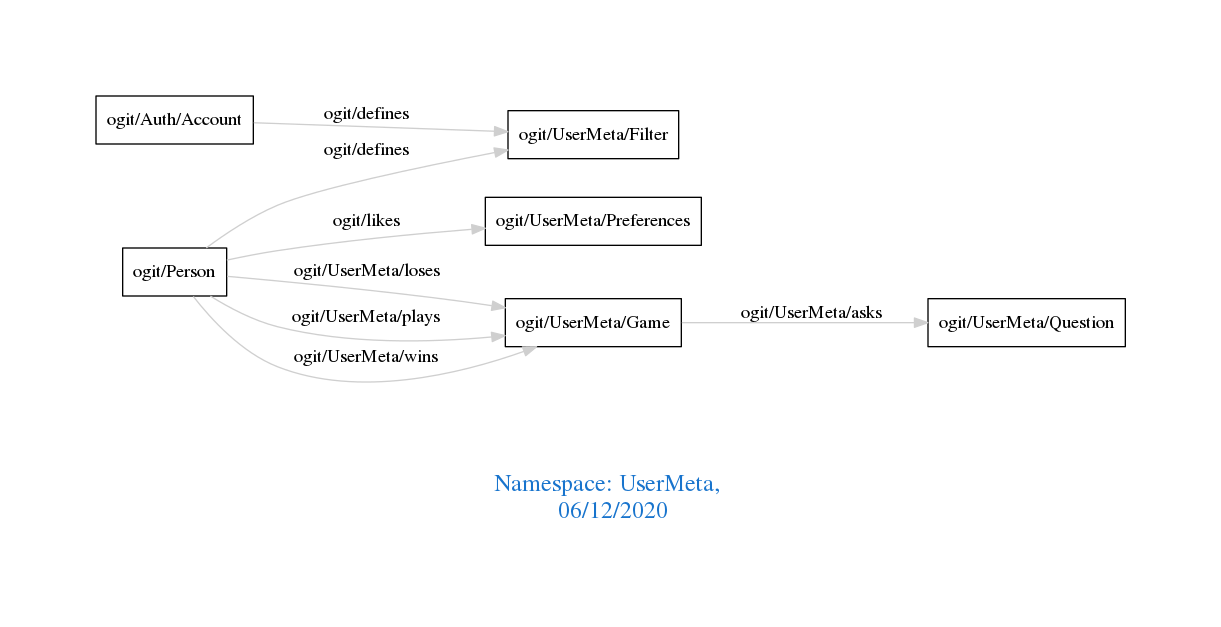
This is downloads/UserMeta.png from arago/OGIT, a Graphviz export, as it was before one commit. Its source is kept beside it as downloads/UserMeta.dot.
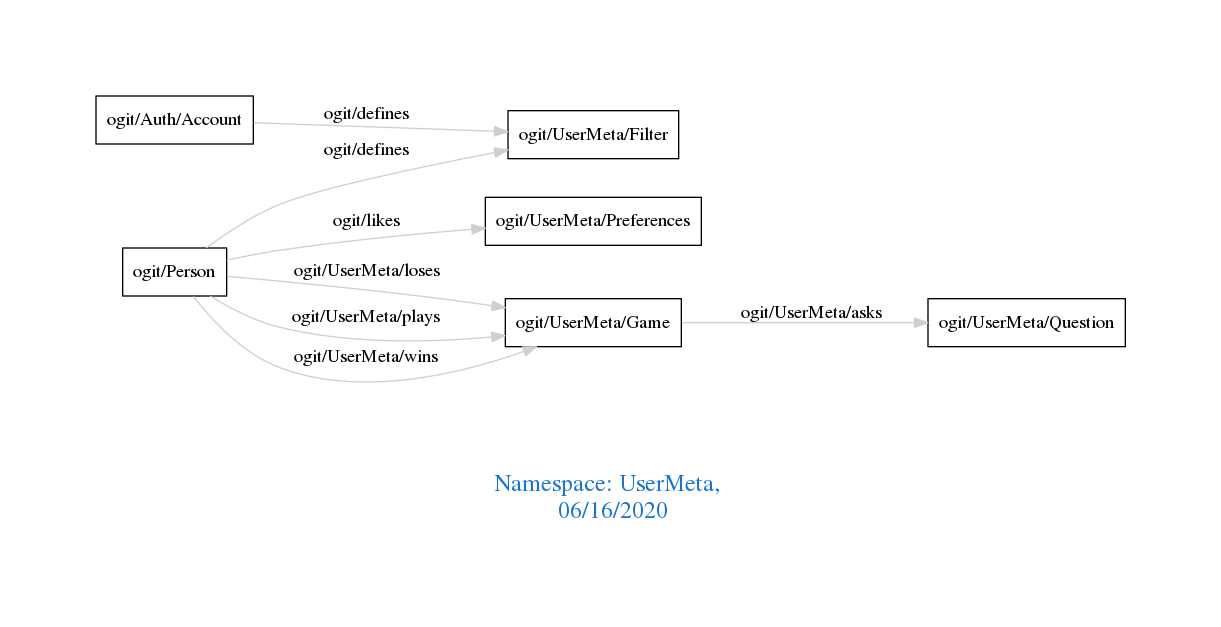
Later version of the same file.

The edit, as a diff of the source:
```diff
@@ -1,7 +1,7 @@
 digraph OGIT_ontology {
  graph [ rankdir= LR,pad=1
 fontsize = 18,
-fontcolor= dodgerblue3,label = "\n\n\nNamespace: UserMeta, \n 06/12/2020"];
+fontcolor= dodgerblue3,label = "\n\n\nNamespace: UserMeta, \n 06/16/2020"];
 node[shape=polygon];
 edge [  color="gray81"];
 
```
